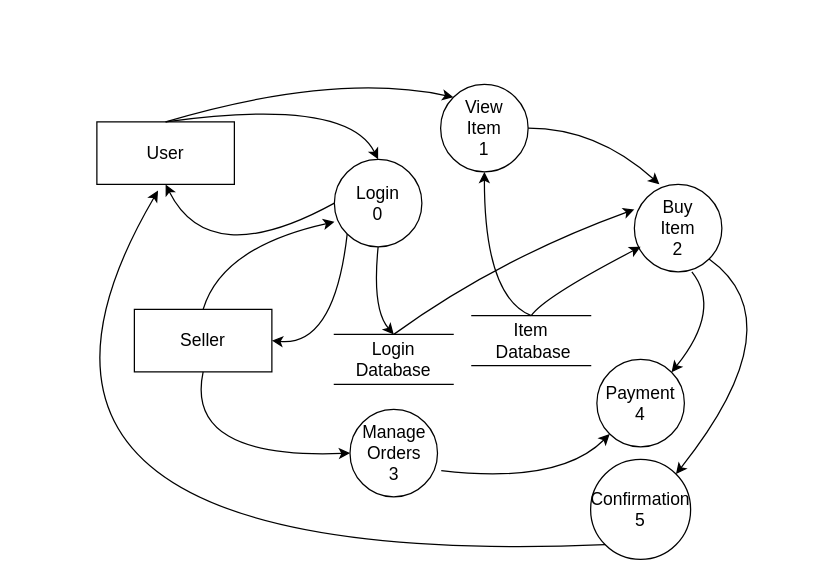
Yash7200/SE keeps this draw.io diagram as DFD Level-1.drawio. Above is the earlier version. Source tidied: cells renumbered, new cells numbered last; positions are measured from the earlier drawing's top-left corner, leaving out a move shared by most shapes. Both pictures are drawn from the tidied source at 125%, with x=0, y=0 at pixel (-66, 71).
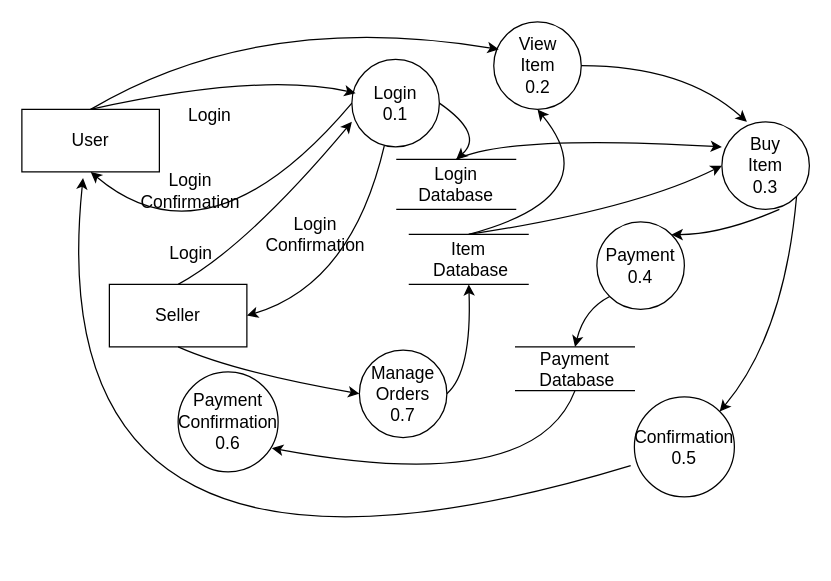
The same page after the edit.

Diff of the diagram source:
```diff
@@
     <mxCell id="2" value="&lt;font style=&quot;font-size: 14px;&quot;&gt;User&lt;/font&gt;" style="rounded=0;whiteSpace=wrap;html=1;" parent="1" vertex="1">
-      <mxGeometry x="130" y="40" width="110" height="50" as="geometry" />
+      <mxGeometry x="70" y="30" width="110" height="50" as="geometry" />
     </mxCell>
-    <mxCell id="3" value="&lt;div&gt;Login&lt;/div&gt;0" style="ellipse;whiteSpace=wrap;html=1;fontSize=14;" parent="1" vertex="1">
-      <mxGeometry x="320" y="70" width="70" height="70" as="geometry" />
+    <mxCell id="3" value="&lt;div&gt;Login&lt;/div&gt;0.1" style="ellipse;whiteSpace=wrap;html=1;fontSize=14;" parent="1" vertex="1">
+      <mxGeometry x="334" y="-10" width="70" height="70" as="geometry" />
     </mxCell>
-    <mxCell id="4" value="&lt;div&gt;View&lt;/div&gt;&lt;div&gt;Item&lt;br&gt;&lt;/div&gt;&lt;div&gt;1&lt;br&gt;&lt;/div&gt;" style="ellipse;whiteSpace=wrap;html=1;fontSize=14;" parent="1" vertex="1">
-      <mxGeometry x="405" y="10" width="70" height="70" as="geometry" />
+    <mxCell id="4" value="&lt;div&gt;View&lt;/div&gt;&lt;div&gt;Item&lt;br&gt;&lt;/div&gt;&lt;div&gt;0.2&lt;br&gt;&lt;/div&gt;" style="ellipse;whiteSpace=wrap;html=1;fontSize=14;" parent="1" vertex="1">
+      <mxGeometry x="447.5" y="-40" width="70" height="70" as="geometry" />
     </mxCell>
-    <mxCell id="5" style="curved=1;endArrow=classic;html=1;rounded=0;fontSize=14;exitX=0.5;exitY=0;exitDx=0;exitDy=0;entryX=0.5;entryY=0;entryDx=0;entryDy=0;" parent="1" edge="1" source="2" target="3">
+    <mxCell id="5" style="curved=1;endArrow=classic;html=1;rounded=0;fontSize=14;exitX=0.5;exitY=0;exitDx=0;exitDy=0;entryX=0.043;entryY=0.386;entryDx=0;entryDy=0;entryPerimeter=0;" parent="1" edge="1" source="2" target="3">
       <mxGeometry relative="1" as="geometry">
         <Array as="points">
-          <mxPoint x="330" y="20" />
+          <mxPoint x="260" />
         </Array>
       </mxGeometry>
     </mxCell>
-    <mxCell id="6" style="curved=1;endArrow=classic;html=1;rounded=0;fontSize=14;exitX=0.5;exitY=0;exitDx=0;exitDy=0;entryX=0;entryY=0;entryDx=0;entryDy=0;" parent="1" edge="1" source="2" target="4">
+    <mxCell id="6" style="curved=1;endArrow=classic;html=1;rounded=0;fontSize=14;exitX=0.5;exitY=0;exitDx=0;exitDy=0;entryX=0.057;entryY=0.314;entryDx=0;entryDy=0;entryPerimeter=0;" parent="1" edge="1" source="2" target="4">
       <mxGeometry relative="1" as="geometry">
         <Array as="points">
-          <mxPoint x="320" />
+          <mxPoint x="260" y="-50" />
         </Array>
       </mxGeometry>
     </mxCell>
     <mxCell id="7" value="Login Database" style="shape=partialRectangle;whiteSpace=wrap;html=1;left=0;right=0;fillColor=none;fontSize=14;" parent="1" vertex="1">
-      <mxGeometry x="320" y="210" width="95" height="40" as="geometry" />
+      <mxGeometry x="370" y="70" width="95" height="40" as="geometry" />
     </mxCell>
-    <mxCell id="8" style="curved=1;endArrow=classic;html=1;rounded=0;fontSize=14;exitX=0.5;exitY=1;exitDx=0;exitDy=0;entryX=0.5;entryY=0;entryDx=0;entryDy=0;" parent="1" edge="1" source="3" target="7">
+    <mxCell id="8" style="curved=1;endArrow=classic;html=1;rounded=0;fontSize=14;exitX=1;exitY=0.5;exitDx=0;exitDy=0;entryX=0.5;entryY=0;entryDx=0;entryDy=0;" parent="1" edge="1" source="3" target="7">
       <mxGeometry relative="1" as="geometry">
         <Array as="points">
-          <mxPoint x="350" y="190" />
+          <mxPoint x="440" y="50" />
         </Array>
       </mxGeometry>
     </mxCell>
@@
     <mxCell id="10" value="&lt;font style=&quot;font-size: 14px;&quot;&gt;Seller&lt;/font&gt;" style="rounded=0;whiteSpace=wrap;html=1;" parent="1" vertex="1">
-      <mxGeometry x="160" y="190" width="110" height="50" as="geometry" />
+      <mxGeometry x="140" y="170" width="110" height="50" as="geometry" />
     </mxCell>
-    <mxCell id="11" value="&lt;div&gt;Buy&lt;br&gt;&lt;/div&gt;&lt;div&gt;Item&lt;br&gt;&lt;/div&gt;&lt;div&gt;2&lt;br&gt;&lt;/div&gt;" style="ellipse;whiteSpace=wrap;html=1;fontSize=14;" parent="1" vertex="1">
-      <mxGeometry x="560" y="90" width="70" height="70" as="geometry" />
+    <mxCell id="11" value="&lt;div&gt;Buy&lt;br&gt;&lt;/div&gt;&lt;div&gt;Item&lt;br&gt;&lt;/div&gt;&lt;div&gt;0.3&lt;br&gt;&lt;/div&gt;" style="ellipse;whiteSpace=wrap;html=1;fontSize=14;" parent="1" vertex="1">
+      <mxGeometry x="630" y="40" width="70" height="70" as="geometry" />
     </mxCell>
     <mxCell id="12" style="curved=1;endArrow=classic;html=1;rounded=0;fontSize=14;exitX=1;exitY=0.5;exitDx=0;exitDy=0;entryX=0.286;entryY=0;entryDx=0;entryDy=0;entryPerimeter=0;" parent="1" edge="1" source="4" target="11">
       <mxGeometry relative="1" as="geometry">
         <Array as="points">
-          <mxPoint x="530" y="45" />
+          <mxPoint x="600" y="-5" />
         </Array>
       </mxGeometry>
     </mxCell>
     <mxCell id="13" style="curved=1;endArrow=classic;html=1;rounded=0;fontSize=14;exitX=0.5;exitY=0;exitDx=0;exitDy=0;entryX=0;entryY=0.286;entryDx=0;entryDy=0;entryPerimeter=0;" parent="1" edge="1" source="7" target="11">
       <mxGeometry relative="1" as="geometry">
         <Array as="points">
-          <mxPoint x="450" y="150" />
+          <mxPoint x="460" y="50" />
         </Array>
       </mxGeometry>
     </mxCell>
-    <mxCell id="14" style="curved=1;endArrow=classic;html=1;rounded=0;fontSize=14;exitX=0;exitY=1;exitDx=0;exitDy=0;entryX=1;entryY=0.5;entryDx=0;entryDy=0;" parent="1" edge="1" source="3" target="10">
+    <mxCell id="14" style="curved=1;endArrow=classic;html=1;rounded=0;fontSize=14;exitX=0.371;exitY=0.986;exitDx=0;exitDy=0;entryX=1;entryY=0.5;entryDx=0;entryDy=0;exitPerimeter=0;" parent="1" edge="1" source="3" target="10">
       <mxGeometry relative="1" as="geometry">
         <Array as="points">
-          <mxPoint x="320" y="220" />
+          <mxPoint x="334" y="170" />
         </Array>
       </mxGeometry>
     </mxCell>
     <mxCell id="15" style="curved=1;endArrow=classic;html=1;rounded=0;fontSize=14;exitX=0.5;exitY=0;exitDx=0;exitDy=0;entryX=0;entryY=0.714;entryDx=0;entryDy=0;entryPerimeter=0;" parent="1" edge="1" source="10" target="3">
       <mxGeometry relative="1" as="geometry">
         <Array as="points">
-          <mxPoint x="230" y="140" />
+          <mxPoint x="250" y="140" />
         </Array>
       </mxGeometry>
     </mxCell>
     <mxCell id="16" value="&lt;div&gt;Item&lt;/div&gt;&lt;div&gt;&amp;nbsp;Database&lt;/div&gt;" style="shape=partialRectangle;whiteSpace=wrap;html=1;left=0;right=0;fillColor=none;fontSize=14;" parent="1" vertex="1">
-      <mxGeometry x="430" y="195" width="95" height="40" as="geometry" />
+      <mxGeometry x="380" y="130" width="95" height="40" as="geometry" />
     </mxCell>
     <mxCell id="17" style="curved=1;endArrow=classic;html=1;rounded=0;fontSize=14;exitX=0.5;exitY=0;exitDx=0;exitDy=0;entryX=0.5;entryY=1;entryDx=0;entryDy=0;" parent="1" edge="1" source="16" target="4">
       <mxGeometry relative="1" as="geometry">
         <Array as="points">
-          <mxPoint x="440" y="180" />
+          <mxPoint x="540" y="100" />
         </Array>
       </mxGeometry>
     </mxCell>
-    <mxCell id="18" style="curved=1;endArrow=classic;html=1;rounded=0;fontSize=14;exitX=0.5;exitY=0;exitDx=0;exitDy=0;entryX=0.071;entryY=0.714;entryDx=0;entryDy=0;entryPerimeter=0;" parent="1" edge="1" source="16" target="11">
+    <mxCell id="18" style="curved=1;endArrow=classic;html=1;rounded=0;fontSize=14;exitX=0.5;exitY=0;exitDx=0;exitDy=0;entryX=0;entryY=0.5;entryDx=0;entryDy=0;" parent="1" edge="1" source="16" target="11">
       <mxGeometry relative="1" as="geometry">
         <Array as="points">
-          <mxPoint x="488" y="180" />
+          <mxPoint x="560" y="110" />
         </Array>
       </mxGeometry>
     </mxCell>
-    <mxCell id="19" value="&lt;div&gt;Payment&lt;/div&gt;&lt;div&gt;4&lt;br&gt;&lt;/div&gt;" style="ellipse;whiteSpace=wrap;html=1;fontSize=14;" parent="1" vertex="1">
-      <mxGeometry x="530" y="230" width="70" height="70" as="geometry" />
+    <mxCell id="19" value="&lt;div&gt;Payment&lt;/div&gt;&lt;div&gt;0.4&lt;br&gt;&lt;/div&gt;" style="ellipse;whiteSpace=wrap;html=1;fontSize=14;" parent="1" vertex="1">
+      <mxGeometry x="530" y="120" width="70" height="70" as="geometry" />
     </mxCell>
     <mxCell id="20" style="curved=1;endArrow=classic;html=1;rounded=0;fontSize=14;exitX=0.657;exitY=1;exitDx=0;exitDy=0;entryX=1;entryY=0;entryDx=0;entryDy=0;exitPerimeter=0;" parent="1" edge="1" source="11" target="19">
       <mxGeometry relative="1" as="geometry">
         <Array as="points">
-          <mxPoint x="630" y="190" />
+          <mxPoint x="630" y="130" />
         </Array>
       </mxGeometry>
     </mxCell>
-    <mxCell id="21" value="&lt;div&gt;Manage&lt;/div&gt;&lt;div&gt;Orders&lt;br&gt;&lt;/div&gt;&lt;div&gt;3&lt;br&gt;&lt;/div&gt;" style="ellipse;whiteSpace=wrap;html=1;fontSize=14;" parent="1" vertex="1">
-      <mxGeometry x="332.5" y="270" width="70" height="70" as="geometry" />
+    <mxCell id="21" value="&lt;div&gt;Manage&lt;/div&gt;&lt;div&gt;Orders&lt;br&gt;&lt;/div&gt;&lt;div&gt;0.7&lt;br&gt;&lt;/div&gt;" style="ellipse;whiteSpace=wrap;html=1;fontSize=14;" parent="1" vertex="1">
+      <mxGeometry x="340" y="222.5" width="70" height="70" as="geometry" />
     </mxCell>
     <mxCell id="22" style="curved=1;endArrow=classic;html=1;rounded=0;fontSize=14;exitX=0.5;exitY=1;exitDx=0;exitDy=0;entryX=0;entryY=0.5;entryDx=0;entryDy=0;" parent="1" edge="1" source="10" target="21">
       <mxGeometry relative="1" as="geometry">
         <Array as="points">
-          <mxPoint x="200" y="310" />
+          <mxPoint x="240" y="240" />
         </Array>
       </mxGeometry>
     </mxCell>
-    <mxCell id="23" style="curved=1;endArrow=classic;html=1;rounded=0;fontSize=14;exitX=1.043;exitY=0.7;exitDx=0;exitDy=0;entryX=0;entryY=1;entryDx=0;entryDy=0;exitPerimeter=0;" parent="1" edge="1" source="21" target="19">
+    <mxCell id="23" style="curved=1;endArrow=classic;html=1;rounded=0;fontSize=14;exitX=1;exitY=0.5;exitDx=0;exitDy=0;entryX=0.5;entryY=1;entryDx=0;entryDy=0;" parent="1" edge="1" source="21" target="16">
       <mxGeometry relative="1" as="geometry">
         <Array as="points">
-          <mxPoint x="500" y="330" />
+          <mxPoint x="430" y="240" />
         </Array>
       </mxGeometry>
     </mxCell>
-    <mxCell id="24" value="&lt;div&gt;Confirmation&lt;/div&gt;&lt;div&gt;5&lt;br&gt;&lt;/div&gt;" style="ellipse;whiteSpace=wrap;html=1;fontSize=14;" parent="1" vertex="1">
-      <mxGeometry x="525" y="310" width="80" height="80" as="geometry" />
+    <mxCell id="24" value="&lt;div&gt;Confirmation&lt;/div&gt;&lt;div&gt;0.5&lt;br&gt;&lt;/div&gt;" style="ellipse;whiteSpace=wrap;html=1;fontSize=14;" parent="1" vertex="1">
+      <mxGeometry x="560" y="260" width="80" height="80" as="geometry" />
     </mxCell>
     <mxCell id="25" style="curved=1;endArrow=classic;html=1;rounded=0;fontSize=14;exitX=1;exitY=1;exitDx=0;exitDy=0;entryX=1;entryY=0;entryDx=0;entryDy=0;" parent="1" edge="1" source="11" target="24">
       <mxGeometry relative="1" as="geometry">
         <Array as="points">
-          <mxPoint x="690" y="200" />
+          <mxPoint x="680" y="210" />
         </Array>
       </mxGeometry>
     </mxCell>
-    <mxCell id="26" style="curved=1;endArrow=classic;html=1;rounded=0;fontSize=14;entryX=0.445;entryY=1.1;entryDx=0;entryDy=0;exitX=0;exitY=1;exitDx=0;exitDy=0;entryPerimeter=0;" parent="1" edge="1" source="24" target="2">
+    <mxCell id="26" style="curved=1;endArrow=classic;html=1;rounded=0;fontSize=14;entryX=0.445;entryY=1.1;entryDx=0;entryDy=0;exitX=-0.037;exitY=0.688;exitDx=0;exitDy=0;entryPerimeter=0;exitPerimeter=0;" parent="1" edge="1" source="24" target="2">
       <mxGeometry relative="1" as="geometry">
         <Array as="points">
-          <mxPoint y="400" />
+          <mxPoint x="80" y="460" />
         </Array>
       </mxGeometry>
     </mxCell>
+    <mxCell id="27" value="&lt;div&gt;Payment&lt;/div&gt;&lt;div&gt;Confirmation&lt;br&gt;&lt;/div&gt;&lt;div&gt;0.6&lt;/div&gt;" style="ellipse;whiteSpace=wrap;html=1;fontSize=14;" parent="1" vertex="1">
+      <mxGeometry x="195" y="240" width="80" height="80" as="geometry" />
+    </mxCell>
+    <mxCell id="28" style="curved=1;endArrow=classic;html=1;rounded=0;fontSize=14;exitX=0.5;exitY=1;exitDx=0;exitDy=0;entryX=0.938;entryY=0.763;entryDx=0;entryDy=0;entryPerimeter=0;" parent="1" edge="1" source="29" target="27">
+      <mxGeometry relative="1" as="geometry">
+        <Array as="points">
+          <mxPoint x="480" y="340" />
+        </Array>
+      </mxGeometry>
+    </mxCell>
+    <mxCell id="29" value="&lt;div&gt;Payment&lt;br&gt;&lt;/div&gt;&lt;div&gt;&amp;nbsp;Database&lt;/div&gt;" style="shape=partialRectangle;whiteSpace=wrap;html=1;left=0;right=0;fillColor=none;fontSize=14;" parent="1" vertex="1">
+      <mxGeometry x="465" y="220" width="95" height="35" as="geometry" />
+    </mxCell>
+    <mxCell id="30" style="curved=1;endArrow=classic;html=1;rounded=0;fontSize=14;entryX=0.5;entryY=0;entryDx=0;entryDy=0;exitX=0;exitY=1;exitDx=0;exitDy=0;" parent="1" edge="1" source="19" target="29">
+      <mxGeometry relative="1" as="geometry">
+        <Array as="points">
+          <mxPoint x="520" y="190" />
+        </Array>
+      </mxGeometry>
+    </mxCell>
+    <mxCell id="31" value="Login" style="text;html=1;strokeColor=none;fillColor=none;align=center;verticalAlign=middle;whiteSpace=wrap;rounded=0;fontSize=14;" parent="1" vertex="1">
+      <mxGeometry x="195.5" y="20" width="49" height="30" as="geometry" />
+    </mxCell>
+    <mxCell id="32" value="Login Confirmation" style="text;html=1;strokeColor=none;fillColor=none;align=center;verticalAlign=middle;whiteSpace=wrap;rounded=0;fontSize=14;" parent="1" vertex="1">
+      <mxGeometry x="150" y="80" width="110" height="30" as="geometry" />
+    </mxCell>
+    <mxCell id="33" value="Login" style="text;html=1;strokeColor=none;fillColor=none;align=center;verticalAlign=middle;whiteSpace=wrap;rounded=0;fontSize=14;" parent="1" vertex="1">
+      <mxGeometry x="180.5" y="130" width="49" height="30" as="geometry" />
+    </mxCell>
+    <mxCell id="34" value="Login Confirmation" style="text;html=1;strokeColor=none;fillColor=none;align=center;verticalAlign=middle;whiteSpace=wrap;rounded=0;fontSize=14;" parent="1" vertex="1">
+      <mxGeometry x="250" y="115" width="110" height="30" as="geometry" />
+    </mxCell>
```
